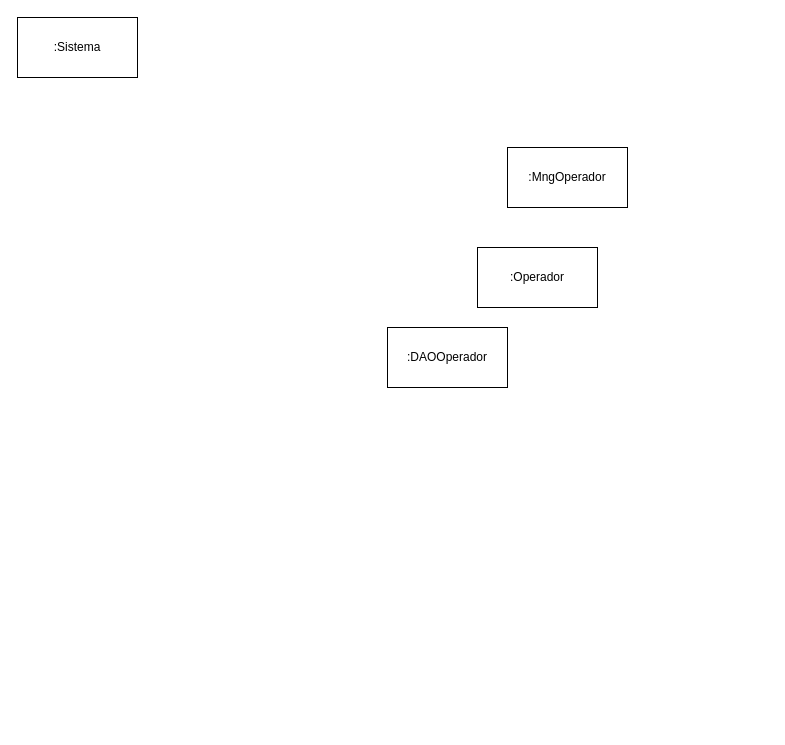
Earlier version of the draw.io diagram page "Criar Operador" (1 of 3) of diagram de comunicação.drawio (LuizGustavoNascimeto/draw.io). Source tidied: cells renumbered, new cells numbered last; positions are measured from the earlier drawing's top-left corner, leaving out a move shared by most shapes. Both pictures are drawn from the tidied source at 100%, with x=0, y=0 at pixel (17, 17).
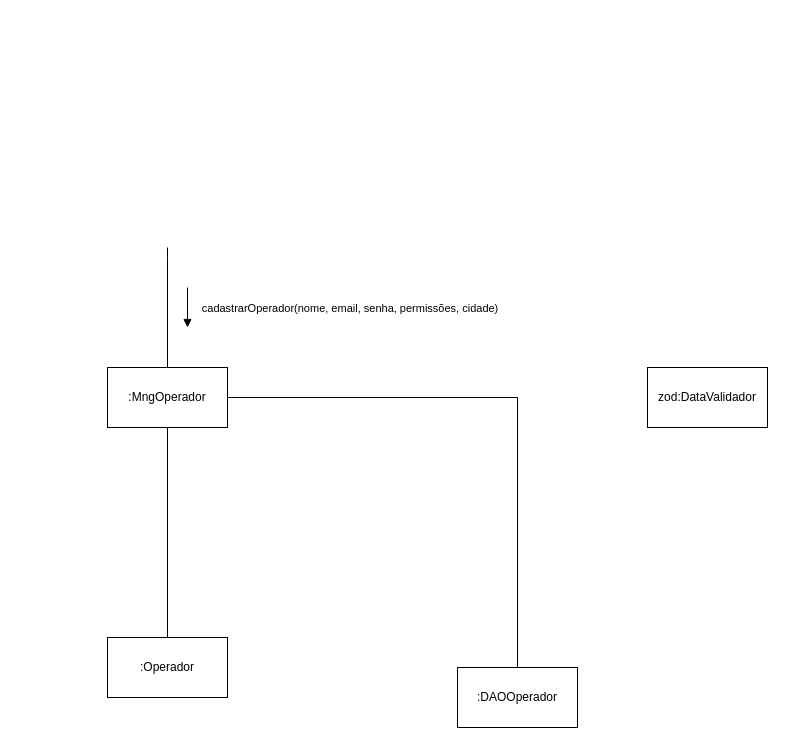
After the change.

What changed in the source:
```diff
@@
 <mxGraphModel>
   <root>
     <mxCell id="0" />
     <mxCell id="1" parent="0" />
-    <mxCell id="2" value=":Sistema" style="rounded=0;whiteSpace=wrap;html=1;" parent="1" vertex="1">
-      <mxGeometry width="120" height="60" as="geometry" />
-    </mxCell>
+    <mxCell id="6" style="edgeStyle=orthogonalEdgeStyle;shape=connector;rounded=0;jettySize=auto;html=1;strokeColor=default;align=center;verticalAlign=middle;fontFamily=Helvetica;fontSize=11;fontColor=default;labelBackgroundColor=default;endArrow=none;" parent="1" edge="1" target="5">
+      <mxGeometry relative="1" as="geometry">
+        <mxPoint x="150" y="230" as="sourcePoint" />
+        <Array as="points">
+          <mxPoint x="150" y="240" />
+          <mxPoint x="150" y="240" />
+        </Array>
+      </mxGeometry>
+    </mxCell>
     <mxCell id="3" value=":DAOOperador" style="rounded=0;whiteSpace=wrap;html=1;" parent="1" vertex="1">
-      <mxGeometry x="370" y="310" width="120" height="60" as="geometry" />
+      <mxGeometry x="440" y="650" width="120" height="60" as="geometry" />
     </mxCell>
+    <mxCell id="7" style="edgeStyle=orthogonalEdgeStyle;shape=connector;rounded=0;jettySize=auto;html=1;strokeColor=default;align=center;verticalAlign=middle;fontFamily=Helvetica;fontSize=11;fontColor=default;labelBackgroundColor=default;endArrow=none;" parent="1" edge="1" source="4" target="5">
+      <mxGeometry relative="1" as="geometry" />
+    </mxCell>
     <mxCell id="4" value=":Operador" style="rounded=0;whiteSpace=wrap;html=1;" parent="1" vertex="1">
-      <mxGeometry x="460" y="230" width="120" height="60" as="geometry" />
+      <mxGeometry x="90" y="620" width="120" height="60" as="geometry" />
     </mxCell>
+    <mxCell id="8" style="edgeStyle=orthogonalEdgeStyle;shape=connector;rounded=0;jettySize=auto;html=1;strokeColor=default;align=center;verticalAlign=middle;fontFamily=Helvetica;fontSize=11;fontColor=default;labelBackgroundColor=default;endArrow=none;" parent="1" edge="1" source="5" target="3">
+      <mxGeometry relative="1" as="geometry" />
+    </mxCell>
     <mxCell id="5" value="&lt;div&gt;:MngOperador&lt;/div&gt;" style="rounded=0;whiteSpace=wrap;html=1;" parent="1" vertex="1">
-      <mxGeometry x="490" y="130" width="120" height="60" as="geometry" />
+      <mxGeometry x="90" y="350" width="120" height="60" as="geometry" />
     </mxCell>
+    <mxCell id="9" style="endArrow=block;html=1;rounded=0;strokeColor=default;align=center;verticalAlign=middle;fontFamily=Helvetica;fontSize=11;fontColor=default;labelBackgroundColor=default;" parent="1" edge="1">
+      <mxGeometry relative="1" as="geometry">
+        <mxPoint x="170" y="270" as="sourcePoint" />
+        <mxPoint x="170" y="310" as="targetPoint" />
+      </mxGeometry>
+    </mxCell>
+    <mxCell id="10" value="&amp;nbsp;cadastrarOperador(nome, email, senha, permissões, cidade)" style="edgeLabel;html=1;align=center;verticalAlign=middle;fontFamily=Helvetica;fontSize=11;fontColor=default;labelBackgroundColor=default;" parent="9" vertex="1">
+      <mxGeometry x="-0.28" y="-1" relative="1" as="geometry">
+        <mxPoint x="161" y="6" as="offset" />
+      </mxGeometry>
+    </mxCell>
+    <mxCell id="11" value="&lt;div&gt;zod:DataValidador&lt;/div&gt;" style="rounded=0;whiteSpace=wrap;html=1;" parent="1" vertex="1">
+      <mxGeometry x="630" y="350" width="120" height="60" as="geometry" />
+    </mxCell>
   </root>
 </mxGraphModel>
```
